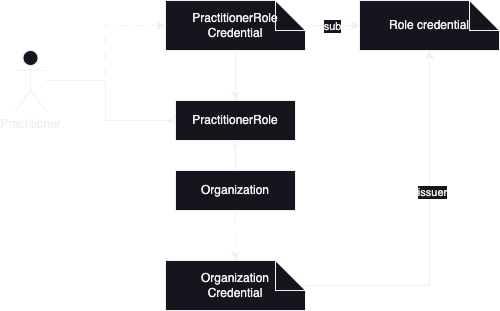
The draw.io diagram input/images/Trust_structure_2.png in SanteonNL/shared-care-planning, before a commit. Source tidied: cells renumbered, new cells last; positions are measured from the earlier drawing's top-left corner, leaving out a move shared by most shapes.
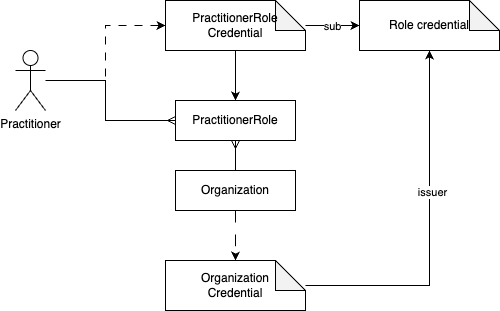
Above is the later version.

Change to the diagram source:
```diff
@@ -2,7 +2,7 @@
   <root>
     <mxCell id="0" />
     <mxCell id="1" parent="0" />
-    <mxCell id="2" style="edgeStyle=orthogonalEdgeStyle;rounded=0;jettySize=auto;html=1;endArrow=ERmany;endFill=0;" parent="1" edge="1" source="3" target="6">
+    <mxCell id="2" style="edgeStyle=orthogonalEdgeStyle;rounded=0;jettySize=auto;html=1;endArrow=ERmany;endFill=0;fillColor=#FFFFFF;strokeColor=#000000;" parent="1" edge="1" source="3" target="6">
       <mxGeometry relative="1" as="geometry">
         <Array as="points">
           <mxPoint x="90" y="80" />
@@ -10,46 +10,46 @@
         </Array>
       </mxGeometry>
     </mxCell>
-    <mxCell id="3" value="Practitioner" style="shape=umlActor;verticalLabelPosition=bottom;verticalAlign=top;html=1;outlineConnect=0;" parent="1" vertex="1">
+    <mxCell id="3" value="Practitioner" style="shape=umlActor;verticalLabelPosition=bottom;verticalAlign=top;html=1;outlineConnect=0;fillColor=#FFFFFF;strokeColor=#000000;" parent="1" vertex="1">
       <mxGeometry y="50" width="30" height="60" as="geometry" />
     </mxCell>
-    <mxCell id="4" style="edgeStyle=orthogonalEdgeStyle;rounded=0;jettySize=auto;html=1;entryX=0.5;entryY=0;entryDx=0;entryDy=0;" parent="1" edge="1" source="5" target="6">
+    <mxCell id="4" style="edgeStyle=orthogonalEdgeStyle;rounded=0;jettySize=auto;html=1;entryX=0.5;entryY=0;entryDx=0;entryDy=0;fillColor=#FFFFFF;strokeColor=#000000;" parent="1" edge="1" source="5" target="6">
       <mxGeometry relative="1" as="geometry" />
     </mxCell>
-    <mxCell id="5" value="&lt;div style=&quot;&quot;&gt;&lt;div style=&quot;&quot;&gt;PractitionerRole Credential&lt;/div&gt;&lt;div&gt;&lt;/div&gt;&lt;div&gt;&lt;/div&gt;&lt;/div&gt;&lt;div style=&quot;text-align: start;&quot;&gt;&lt;div&gt;&lt;/div&gt;&lt;/div&gt;" style="shape=note;whiteSpace=wrap;html=1;backgroundOutline=1;darkOpacity=0.05;" parent="1" vertex="1">
+    <mxCell id="5" value="&lt;div style=&quot;&quot;&gt;&lt;div style=&quot;&quot;&gt;PractitionerRole Credential&lt;/div&gt;&lt;div&gt;&lt;/div&gt;&lt;div&gt;&lt;/div&gt;&lt;/div&gt;&lt;div style=&quot;text-align: start;&quot;&gt;&lt;div&gt;&lt;/div&gt;&lt;/div&gt;" style="shape=note;whiteSpace=wrap;html=1;backgroundOutline=1;darkOpacity=0.05;fillColor=#FFFFFF;strokeColor=#000000;" parent="1" vertex="1">
       <mxGeometry x="150" width="140" height="50" as="geometry" />
     </mxCell>
-    <mxCell id="6" value="&lt;div style=&quot;text-align: start;&quot;&gt;PractitionerRole&lt;/div&gt;&lt;div style=&quot;text-align: start;&quot;&gt;&lt;div&gt;&lt;/div&gt;&lt;/div&gt;" style="rounded=0;whiteSpace=wrap;html=1;" parent="1" vertex="1">
+    <mxCell id="6" value="&lt;div style=&quot;text-align: start;&quot;&gt;PractitionerRole&lt;/div&gt;&lt;div style=&quot;text-align: start;&quot;&gt;&lt;div&gt;&lt;/div&gt;&lt;/div&gt;" style="rounded=0;whiteSpace=wrap;html=1;fillColor=#FFFFFF;strokeColor=#000000;" parent="1" vertex="1">
       <mxGeometry x="160" y="100" width="120" height="40" as="geometry" />
     </mxCell>
-    <mxCell id="7" style="edgeStyle=orthogonalEdgeStyle;rounded=0;jettySize=auto;html=1;entryX=0.5;entryY=1;entryDx=0;entryDy=0;endArrow=ERmany;endFill=0;" parent="1" edge="1" source="8" target="6">
+    <mxCell id="7" style="edgeStyle=orthogonalEdgeStyle;rounded=0;jettySize=auto;html=1;entryX=0.5;entryY=1;entryDx=0;entryDy=0;endArrow=ERmany;endFill=0;fillColor=#FFFFFF;strokeColor=#000000;" parent="1" edge="1" source="8" target="6">
       <mxGeometry relative="1" as="geometry" />
     </mxCell>
-    <mxCell id="8" value="&lt;div style=&quot;text-align: start;&quot;&gt;Organization&lt;br&gt;&lt;/div&gt;&lt;div style=&quot;text-align: start;&quot;&gt;&lt;div&gt;&lt;/div&gt;&lt;/div&gt;" style="rounded=0;whiteSpace=wrap;html=1;" parent="1" vertex="1">
+    <mxCell id="8" value="&lt;div style=&quot;text-align: start;&quot;&gt;Organization&lt;br&gt;&lt;/div&gt;&lt;div style=&quot;text-align: start;&quot;&gt;&lt;div&gt;&lt;/div&gt;&lt;/div&gt;" style="rounded=0;whiteSpace=wrap;html=1;fillColor=#FFFFFF;strokeColor=#000000;" parent="1" vertex="1">
       <mxGeometry x="160" y="170" width="120" height="40" as="geometry" />
     </mxCell>
-    <mxCell id="9" style="edgeStyle=orthogonalEdgeStyle;rounded=0;jettySize=auto;html=1;" parent="1" edge="1" source="11" target="14">
+    <mxCell id="9" style="edgeStyle=orthogonalEdgeStyle;rounded=0;jettySize=auto;html=1;fillColor=#FFFFFF;strokeColor=#000000;" parent="1" edge="1" source="11" target="14">
       <mxGeometry relative="1" as="geometry" />
     </mxCell>
-    <mxCell id="10" value="issuer" style="edgeLabel;html=1;align=center;verticalAlign=middle;" parent="9" vertex="1">
+    <mxCell id="10" value="issuer" style="edgeLabel;html=1;align=center;verticalAlign=middle;fillColor=#FFFFFF;strokeColor=#000000;" parent="9" vertex="1">
       <mxGeometry x="0.22" y="-2" relative="1" as="geometry" />
     </mxCell>
-    <mxCell id="11" value="&lt;div style=&quot;&quot;&gt;&lt;div&gt;&lt;div style=&quot;&quot;&gt;&lt;span style=&quot;background-color: initial;&quot;&gt;Organization&lt;/span&gt;&lt;/div&gt;&lt;div style=&quot;&quot;&gt;&lt;span style=&quot;background-color: initial;&quot;&gt;Credential&lt;/span&gt;&lt;/div&gt;&lt;/div&gt;&lt;div&gt;&lt;/div&gt;&lt;div&gt;&lt;/div&gt;&lt;/div&gt;&lt;div style=&quot;text-align: start;&quot;&gt;&lt;div&gt;&lt;/div&gt;&lt;/div&gt;" style="shape=note;whiteSpace=wrap;html=1;backgroundOutline=1;darkOpacity=0.05;" parent="1" vertex="1">
+    <mxCell id="11" value="&lt;div style=&quot;&quot;&gt;&lt;div&gt;&lt;div style=&quot;&quot;&gt;&lt;span style=&quot;background-color: initial;&quot;&gt;Organization&lt;/span&gt;&lt;/div&gt;&lt;div style=&quot;&quot;&gt;&lt;span style=&quot;background-color: initial;&quot;&gt;Credential&lt;/span&gt;&lt;/div&gt;&lt;/div&gt;&lt;div&gt;&lt;/div&gt;&lt;div&gt;&lt;/div&gt;&lt;/div&gt;&lt;div style=&quot;text-align: start;&quot;&gt;&lt;div&gt;&lt;/div&gt;&lt;/div&gt;" style="shape=note;whiteSpace=wrap;html=1;backgroundOutline=1;darkOpacity=0.05;fillColor=#FFFFFF;strokeColor=#000000;" parent="1" vertex="1">
       <mxGeometry x="150" y="260" width="140" height="50" as="geometry" />
     </mxCell>
-    <mxCell id="12" style="edgeStyle=orthogonalEdgeStyle;rounded=0;jettySize=auto;html=1;entryX=0.5;entryY=0;entryDx=0;entryDy=0;entryPerimeter=0;dashed=1;dashPattern=12 12;" parent="1" edge="1" source="8" target="11">
+    <mxCell id="12" style="edgeStyle=orthogonalEdgeStyle;rounded=0;jettySize=auto;html=1;entryX=0.5;entryY=0;entryDx=0;entryDy=0;entryPerimeter=0;dashed=1;dashPattern=12 12;fillColor=#FFFFFF;strokeColor=#000000;" parent="1" edge="1" source="8" target="11">
       <mxGeometry relative="1" as="geometry" />
     </mxCell>
-    <mxCell id="13" style="edgeStyle=orthogonalEdgeStyle;rounded=0;jettySize=auto;html=1;entryX=0;entryY=0.5;entryDx=0;entryDy=0;entryPerimeter=0;dashed=1;dashPattern=8 8;" parent="1" edge="1" source="3" target="5">
+    <mxCell id="13" style="edgeStyle=orthogonalEdgeStyle;rounded=0;jettySize=auto;html=1;entryX=0;entryY=0.5;entryDx=0;entryDy=0;entryPerimeter=0;dashed=1;dashPattern=8 8;fillColor=#FFFFFF;strokeColor=#000000;" parent="1" edge="1" source="3" target="5">
       <mxGeometry relative="1" as="geometry" />
     </mxCell>
-    <mxCell id="14" value="&lt;div style=&quot;text-align: start;&quot;&gt;&lt;div&gt;Role credential&lt;/div&gt;&lt;div&gt;&lt;/div&gt;&lt;div&gt;&lt;/div&gt;&lt;/div&gt;&lt;div style=&quot;text-align: start;&quot;&gt;&lt;div&gt;&lt;/div&gt;&lt;/div&gt;" style="shape=note;whiteSpace=wrap;html=1;backgroundOutline=1;darkOpacity=0.05;" parent="1" vertex="1">
+    <mxCell id="14" value="&lt;div style=&quot;text-align: start;&quot;&gt;&lt;div&gt;Role credential&lt;/div&gt;&lt;div&gt;&lt;/div&gt;&lt;div&gt;&lt;/div&gt;&lt;/div&gt;&lt;div style=&quot;text-align: start;&quot;&gt;&lt;div&gt;&lt;/div&gt;&lt;/div&gt;" style="shape=note;whiteSpace=wrap;html=1;backgroundOutline=1;darkOpacity=0.05;fillColor=#FFFFFF;strokeColor=#000000;" parent="1" vertex="1">
       <mxGeometry x="344" width="140" height="50" as="geometry" />
     </mxCell>
-    <mxCell id="15" style="edgeStyle=orthogonalEdgeStyle;rounded=0;jettySize=auto;html=1;entryX=0;entryY=0.5;entryDx=0;entryDy=0;entryPerimeter=0;" parent="1" edge="1" source="5" target="14">
+    <mxCell id="15" style="edgeStyle=orthogonalEdgeStyle;rounded=0;jettySize=auto;html=1;entryX=0;entryY=0.5;entryDx=0;entryDy=0;entryPerimeter=0;fillColor=#FFFFFF;strokeColor=#000000;" parent="1" edge="1" source="5" target="14">
       <mxGeometry relative="1" as="geometry" />
     </mxCell>
-    <mxCell id="16" value="sub" style="edgeLabel;html=1;align=center;verticalAlign=middle;" parent="15" vertex="1">
+    <mxCell id="16" value="sub" style="edgeLabel;html=1;align=center;verticalAlign=middle;fillColor=#FFFFFF;strokeColor=#000000;" parent="15" vertex="1">
       <mxGeometry x="-0.03" relative="1" as="geometry" />
     </mxCell>
   </root>
```
